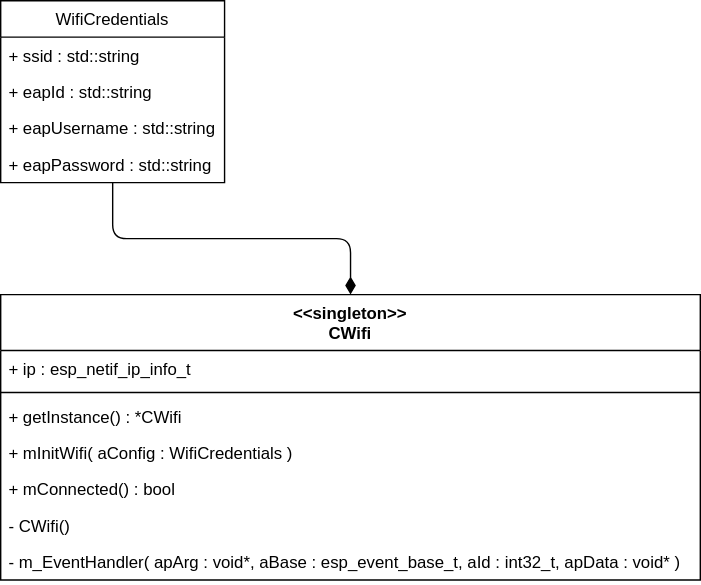
This is uml/wifi-network-stack.drawio.svg from SenseBoxTI/FirmwareDesign, a draw.io export, as it was before one commit. Source tidied: cells renumbered, new cells last; positions are measured from the earlier drawing's top-left corner, leaving out a move shared by most shapes.
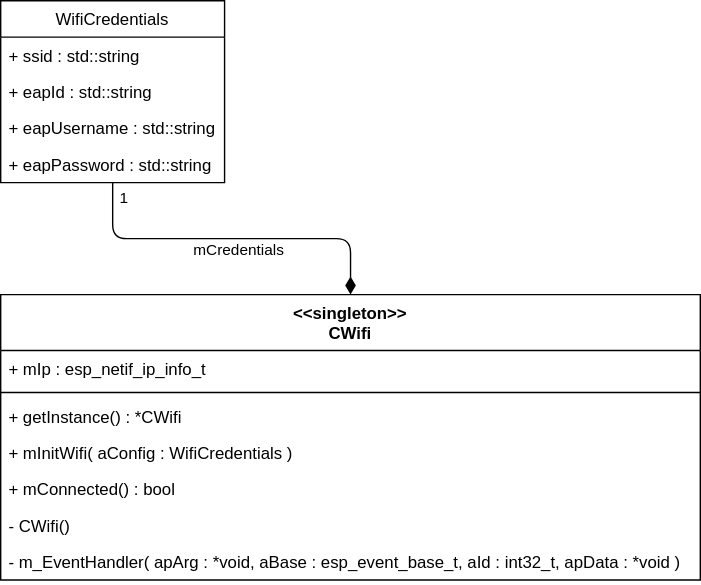
The same file after the commit.

Commit message:
add name to composition property

eapPassword to general password so we can use it for a wpa2 too

Diff of the diagram source:
```diff
@@ -5,7 +5,7 @@
     <mxCell id="2" value="&lt;&lt;singleton&gt;&gt;&#10;CWifi" style="swimlane;fontStyle=1;align=center;verticalAlign=top;horizontal=1;startSize=40;" parent="1" vertex="1">
       <mxGeometry y="210" width="500" height="204" as="geometry" />
     </mxCell>
-    <mxCell id="3" value="+ ip : esp_netif_ip_info_t" style="text;strokeColor=none;fillColor=none;align=left;verticalAlign=top;spacingLeft=4;spacingRight=4;overflow=hidden;" parent="2" vertex="1">
+    <mxCell id="3" value="+ mIp : esp_netif_ip_info_t" style="text;strokeColor=none;fillColor=none;align=left;verticalAlign=top;spacingLeft=4;spacingRight=4;overflow=hidden;" parent="2" vertex="1">
       <mxGeometry y="40" width="500" height="26" as="geometry" />
     </mxCell>
     <mxCell id="4" style="line;strokeWidth=1;fillColor=none;align=left;verticalAlign=middle;spacingTop=-1;spacingLeft=3;spacingRight=3;labelPosition=right;" parent="2" vertex="1">
@@ -23,12 +23,22 @@
     <mxCell id="8" value="- CWifi()" style="text;strokeColor=none;fillColor=none;align=left;verticalAlign=top;spacingLeft=4;spacingRight=4;overflow=hidden;" parent="2" vertex="1">
       <mxGeometry y="152" width="500" height="26" as="geometry" />
     </mxCell>
-    <mxCell id="9" value="- m_EventHandler( apArg : void*, aBase : esp_event_base_t, aId : int32_t, apData : void* )" style="text;strokeColor=none;fillColor=none;align=left;verticalAlign=top;spacingLeft=4;spacingRight=4;overflow=hidden;" parent="2" vertex="1">
+    <mxCell id="9" value="- m_EventHandler( apArg : *void, aBase : esp_event_base_t, aId : int32_t, apData : *void )" style="text;strokeColor=none;fillColor=none;align=left;verticalAlign=top;spacingLeft=4;spacingRight=4;overflow=hidden;" parent="2" vertex="1">
       <mxGeometry y="178" width="500" height="26" as="geometry" />
     </mxCell>
     <mxCell id="10" style="edgeStyle=orthogonalEdgeStyle;html=1;endArrow=diamondThin;endFill=1;startSize=6;endSize=10;" parent="1" edge="1" source="11" target="2">
       <mxGeometry relative="1" as="geometry" />
     </mxCell>
+    <mxCell id="16" value="mCredentials" style="edgeLabel;html=1;align=center;verticalAlign=middle;" parent="10" vertex="1">
+      <mxGeometry x="-0.07" y="3" relative="1" as="geometry">
+        <mxPoint x="13" y="11" as="offset" />
+      </mxGeometry>
+    </mxCell>
+    <mxCell id="17" value="1" style="edgeLabel;html=1;align=center;verticalAlign=middle;" parent="10" vertex="1">
+      <mxGeometry x="-0.92" y="-2" relative="1" as="geometry">
+        <mxPoint x="10" as="offset" />
+      </mxGeometry>
+    </mxCell>
     <mxCell id="11" value="WifiCredentials" style="swimlane;fontStyle=0;horizontal=1;startSize=26;fillColor=none;" parent="1" vertex="1">
       <mxGeometry width="160" height="130" as="geometry" />
     </mxCell>
```
